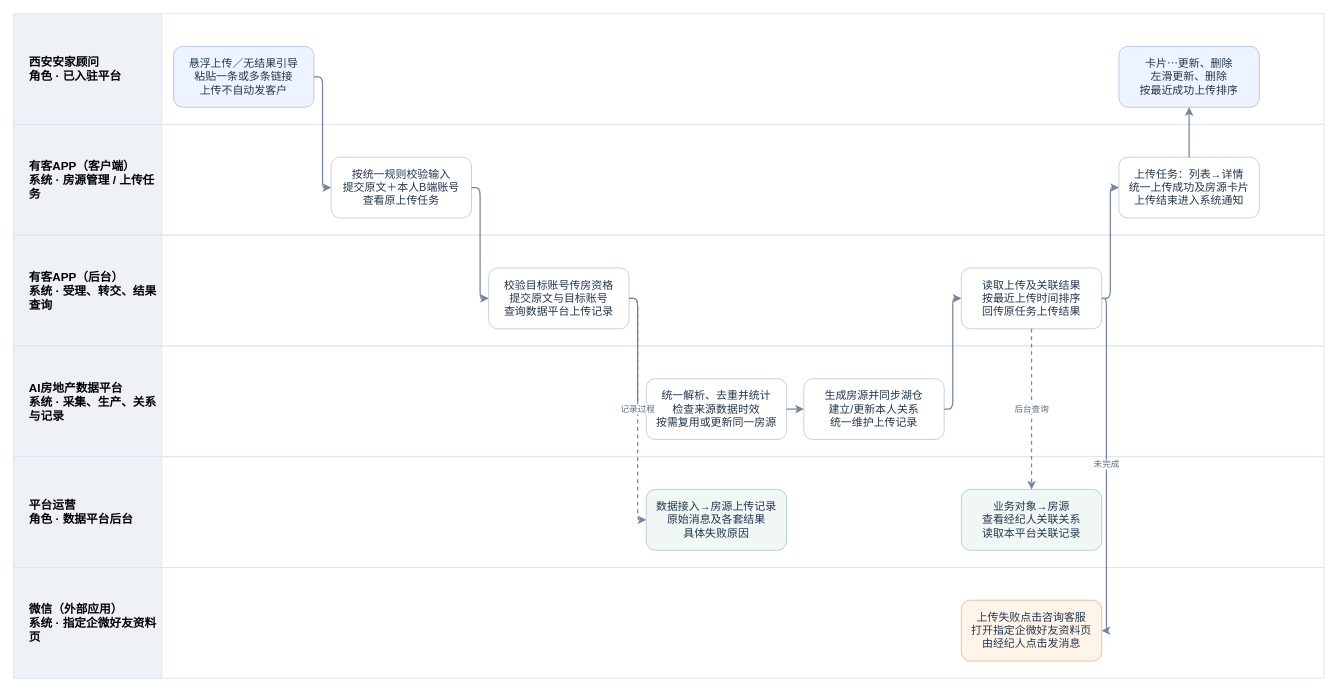
The draw.io diagram page "APP独立上传｜角色与系统泳道" (1 of 3) of B端发房共用资源/V3.0-B端房源上传与管理-角色与系统业务流程.drawio in JZT-AI/ai-real-estate-platform-v3-prototype, before the edit. Source tidied: cells renumbered, new cells numbered last; positions are measured from the earlier drawing's top-left corner, leaving out a move shared by most shapes. Both pictures are drawn from the tidied source at 78%, with x=0, y=0 at pixel (13, 13).
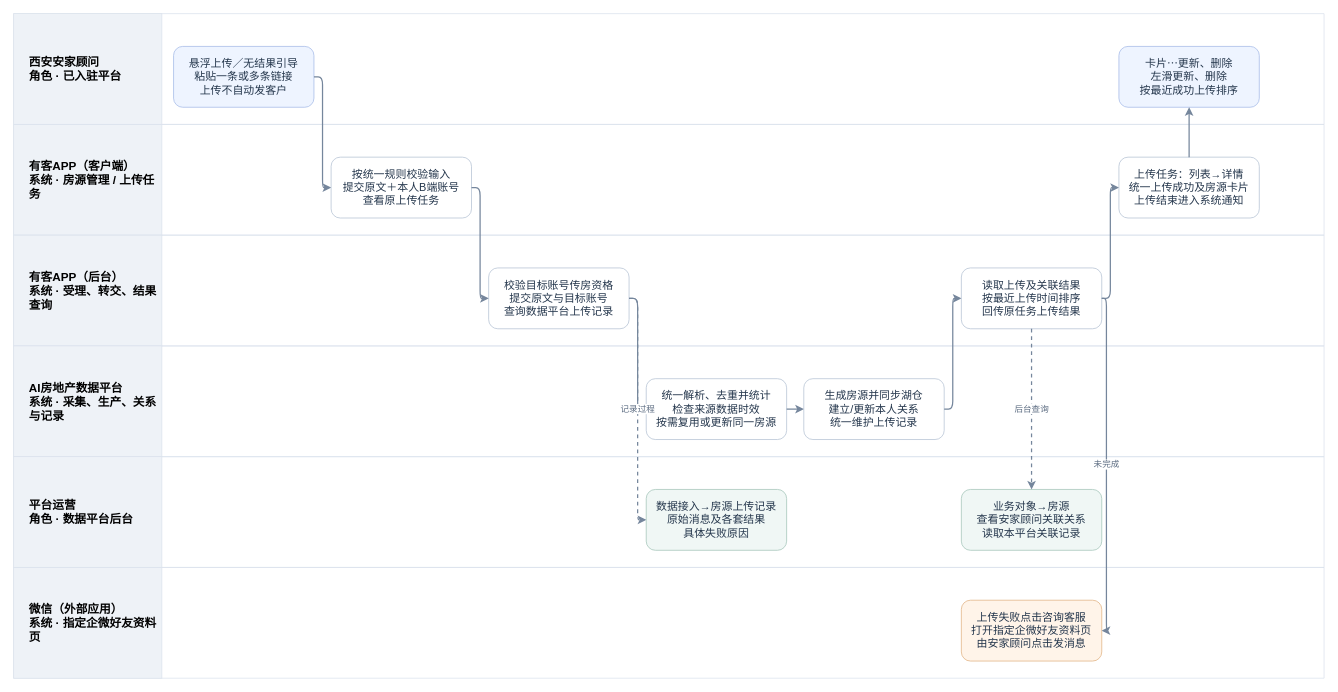
The same diagram, later.

Unchanged cells that the change refers to:
```xml
<mxCell id="10" style="swimlane;horizontal=1;startSize=0;fillColor=#ffffff;strokeColor=#dce3ed;" parent="1" vertex="1">
  <mxGeometry y="568" width="1680" height="142" as="geometry" />
</mxCell>
<mxCell id="12" style="swimlane;horizontal=1;startSize=0;fillColor=#f8fafc;strokeColor=#dce3ed;" parent="1" vertex="1">
  <mxGeometry y="710" width="1680" height="142" as="geometry" />
</mxCell>
```

Change to the diagram source:
```diff
@@
-    <mxCell id="23" value="业务对象→房源&lt;br&gt;查看经纪人关联关系&lt;br&gt;读取本平台关联记录" style="rounded=1;whiteSpace=wrap;html=1;fillColor=#f0f7f5;strokeColor=#a6c7bb;fontColor=#24364c;fontSize=14;spacing=8;" parent="10" vertex="1">
+    <mxCell id="23" value="业务对象→房源&lt;br&gt;查看安家顾问关联关系&lt;br&gt;读取本平台关联记录" style="rounded=1;whiteSpace=wrap;html=1;fillColor=#f0f7f5;strokeColor=#a6c7bb;fontColor=#24364c;fontSize=14;spacing=8;" parent="10" vertex="1">
       <mxGeometry x="1215" y="42" width="180" height="78" as="geometry" />
     </mxCell>
-    <mxCell id="24" value="上传失败点击咨询客服&lt;br&gt;打开指定企微好友资料页&lt;br&gt;由经纪人点击发消息" style="rounded=1;whiteSpace=wrap;html=1;fillColor=#fff4e9;strokeColor=#e2b587;fontColor=#24364c;fontSize=14;spacing=8;" parent="12" vertex="1">
+    <mxCell id="24" value="上传失败点击咨询客服&lt;br&gt;打开指定企微好友资料页&lt;br&gt;由安家顾问点击发消息" style="rounded=1;whiteSpace=wrap;html=1;fillColor=#fff4e9;strokeColor=#e2b587;fontColor=#24364c;fontSize=14;spacing=8;" parent="12" vertex="1">
       <mxGeometry x="1215" y="42" width="180" height="78" as="geometry" />
     </mxCell>
```
